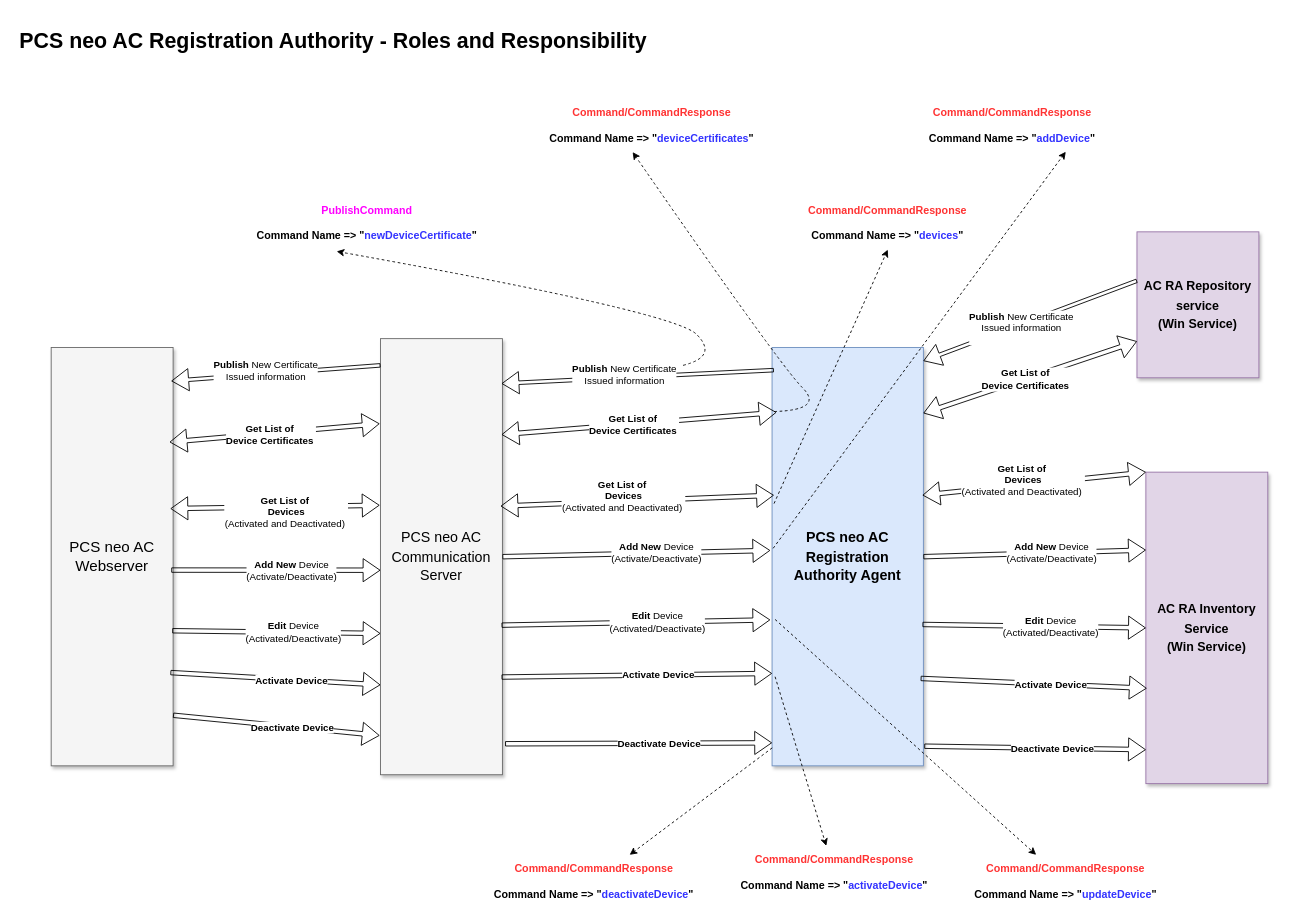
The draw.io diagram PCS neo AC RA Agent.drawio in kcprad/PersonalProject, before the edit. Source tidied: cells renumbered, new cells numbered last; positions are measured from the earlier drawing's top-left corner, leaving out a move shared by most shapes. Both pictures are drawn from the tidied source at 89%, with x=0, y=0 at pixel (15, 18).
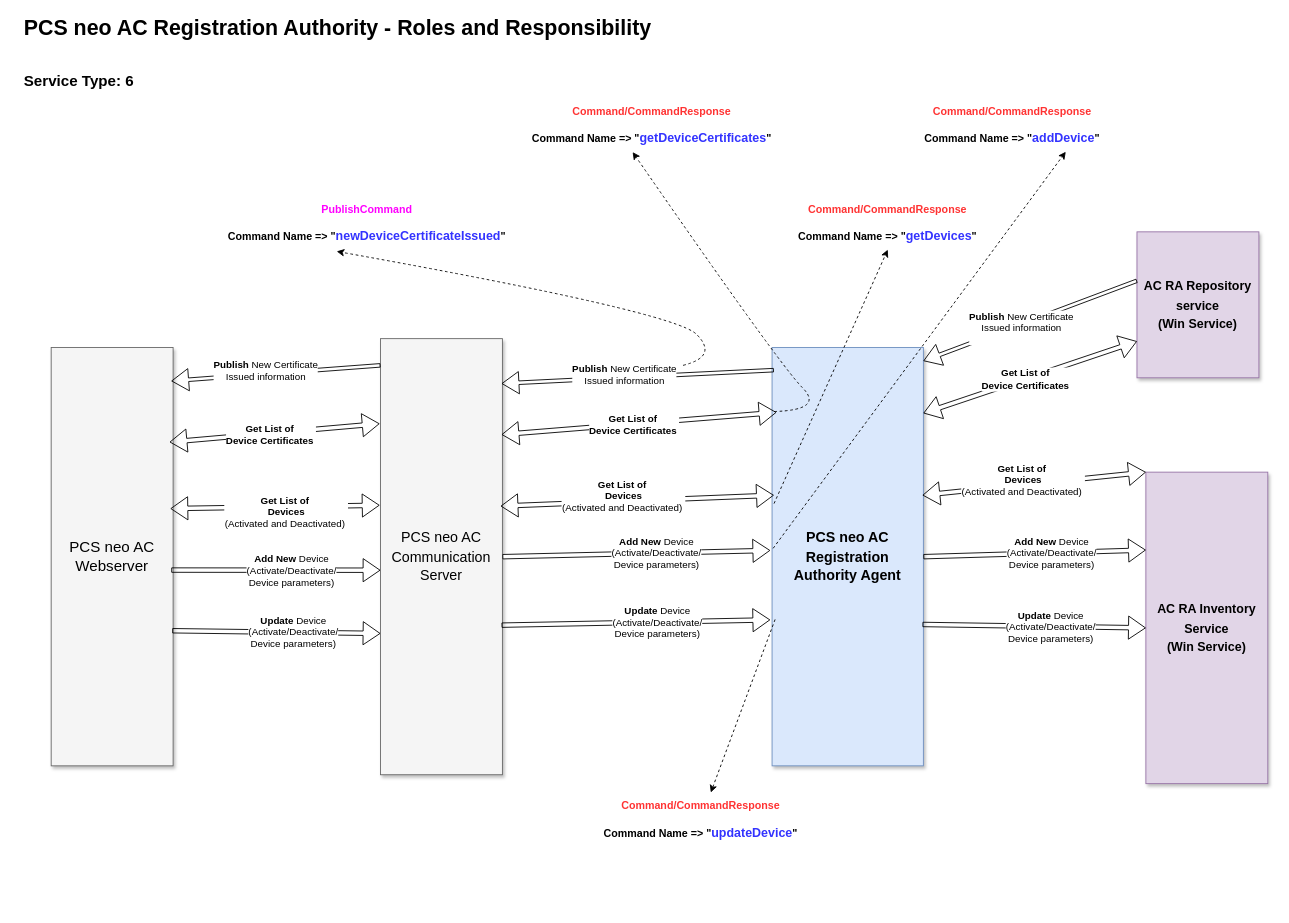
After the change.

Unchanged cells that the change refers to:
```xml
<mxCell id="2" value="&lt;font style=&quot;font-size: 16px;&quot;&gt;&lt;b&gt;PCS neo AC Registration Authority Agent&lt;/b&gt;&lt;/font&gt;" style="whiteSpace=wrap;html=1;shadow=1;fontSize=18;fillColor=#dae8fc;strokeColor=#6c8ebf;" parent="1" vertex="1">
  <mxGeometry x="850" y="370" width="170" height="470" as="geometry" />
</mxCell>
<mxCell id="3" value="&lt;font style=&quot;font-size: 16px;&quot;&gt;PCS neo AC Communication Server&lt;/font&gt;" style="whiteSpace=wrap;html=1;shadow=1;fontSize=18;fillColor=#f5f5f5;strokeColor=#666666;" parent="1" vertex="1">
  <mxGeometry x="410" y="360" width="137" height="490" as="geometry" />
</mxCell>
<mxCell id="5" value="&lt;div&gt;&lt;font style=&quot;font-size: 14px;&quot;&gt;&lt;b&gt;AC RA Inventory Service&lt;/b&gt;&lt;/font&gt;&lt;/div&gt;&lt;div&gt;&lt;font style=&quot;font-size: 14px;&quot;&gt;&lt;b&gt;(Win Service)&lt;/b&gt;&lt;/font&gt;&lt;/div&gt;" style="whiteSpace=wrap;html=1;shadow=1;fontSize=18;fillColor=#e1d5e7;strokeColor=#9673a6;" parent="1" vertex="1">
  <mxGeometry x="1270" y="510" width="137" height="350" as="geometry" />
</mxCell>
<mxCell id="6" value="&lt;font style=&quot;font-size: 17px;&quot;&gt;PCS neo AC Webserver&lt;/font&gt;" style="whiteSpace=wrap;html=1;shadow=1;fontSize=18;fillColor=#f5f5f5;strokeColor=#666666;" parent="1" vertex="1">
  <mxGeometry x="40" y="370" width="137" height="470" as="geometry" />
</mxCell>
<mxCell id="28" style="shape=flexArrow;endArrow=classic;html=1;rounded=0;entryX=0;entryY=0.531;entryDx=0;entryDy=0;entryPerimeter=0;exitX=0.985;exitY=0.532;exitDx=0;exitDy=0;strokeWidth=1;exitPerimeter=0;width=5;" parent="1" edge="1" source="6" target="3">
  <mxGeometry relative="1" as="geometry" />
</mxCell>
<mxCell id="30" style="shape=flexArrow;endArrow=classic;html=1;rounded=0;entryX=-0.012;entryY=0.485;entryDx=0;entryDy=0;entryPerimeter=0;strokeWidth=1;exitX=1;exitY=0.5;exitDx=0;exitDy=0;width=5;fillColor=default;" parent="1" edge="1" source="3" target="2">
  <mxGeometry relative="1" as="geometry" />
</mxCell>
<mxCell id="32" style="shape=flexArrow;endArrow=classic;html=1;rounded=0;strokeWidth=1;exitX=1;exitY=0.5;exitDx=0;exitDy=0;entryX=0;entryY=0.25;entryDx=0;entryDy=0;width=5;" parent="1" edge="1" source="2" target="5">
  <mxGeometry relative="1" as="geometry" />
</mxCell>
<mxCell id="34" style="shape=flexArrow;endArrow=classic;html=1;rounded=0;entryX=0;entryY=0.676;entryDx=0;entryDy=0;strokeWidth=1;exitX=0.993;exitY=0.677;exitDx=0;exitDy=0;exitPerimeter=0;entryPerimeter=0;width=5;" parent="1" edge="1" source="6" target="3">
  <mxGeometry relative="1" as="geometry" />
</mxCell>
<mxCell id="36" style="shape=flexArrow;endArrow=classic;html=1;rounded=0;entryX=-0.012;entryY=0.651;entryDx=0;entryDy=0;strokeWidth=1;entryPerimeter=0;exitX=0.993;exitY=0.657;exitDx=0;exitDy=0;exitPerimeter=0;width=5;" parent="1" edge="1" source="3" target="2">
  <mxGeometry relative="1" as="geometry" />
</mxCell>
<mxCell id="38" style="shape=flexArrow;endArrow=classic;html=1;rounded=0;exitX=0.994;exitY=0.662;exitDx=0;exitDy=0;strokeWidth=1;exitPerimeter=0;entryX=0;entryY=0.5;entryDx=0;entryDy=0;width=5;" parent="1" edge="1" source="2" target="5">
  <mxGeometry relative="1" as="geometry" />
</mxCell>
```

The edit, as a diff of the source:
```diff
@@
-    <mxCell id="29" value="&lt;b&gt;&lt;font style=&quot;&quot;&gt;Add New&lt;/font&gt;&lt;/b&gt; Device&lt;div&gt;(Activate/Deactivate)&lt;/div&gt;" style="edgeLabel;html=1;align=center;verticalAlign=middle;fontColor=#000000;" parent="28" vertex="1">
+    <mxCell id="29" value="&lt;b&gt;Add New&lt;/b&gt;&amp;nbsp;Device&lt;div&gt;(Activate/Deactivate/&lt;/div&gt;&lt;div&gt;&lt;span style=&quot;color: light-dark(rgb(0, 0, 0), rgb(237, 237, 237));&quot;&gt;Device parameters&lt;/span&gt;)&lt;/div&gt;" style="edgeLabel;html=1;align=center;verticalAlign=middle;fontColor=#000000;" parent="28" vertex="1">
       <mxGeometry x="0.15" relative="1" as="geometry" />
     </mxCell>
@@
-    <mxCell id="31" value="&lt;b&gt;&lt;font style=&quot;&quot;&gt;Add New&lt;/font&gt;&lt;/b&gt;&amp;nbsp;Device&lt;div&gt;(Activate/Deactivate)&lt;/div&gt;" style="edgeLabel;html=1;align=center;verticalAlign=middle;fontColor=#000000;" parent="30" vertex="1">
+    <mxCell id="31" value="&lt;b&gt;Add New&lt;/b&gt;&amp;nbsp;Device&lt;div&gt;(Activate/Deactivate/&lt;/div&gt;&lt;div&gt;&lt;span style=&quot;color: light-dark(rgb(0, 0, 0), rgb(237, 237, 237));&quot;&gt;Device parameters&lt;/span&gt;)&lt;/div&gt;" style="edgeLabel;html=1;align=center;verticalAlign=middle;fontColor=#000000;" parent="30" vertex="1">
       <mxGeometry x="0.15" relative="1" as="geometry" />
     </mxCell>
@@
-    <mxCell id="33" value="&lt;b&gt;&lt;font style=&quot;&quot;&gt;Add New&lt;/font&gt;&lt;/b&gt;&amp;nbsp;Device&lt;div&gt;(Activate/Deactivate)&lt;/div&gt;" style="edgeLabel;html=1;align=center;verticalAlign=middle;fontColor=#000000;" parent="32" vertex="1">
+    <mxCell id="33" value="&lt;b&gt;&lt;font style=&quot;&quot;&gt;Add New&lt;/font&gt;&lt;/b&gt;&amp;nbsp;Device&lt;div&gt;(Activate/Deactivate/&lt;/div&gt;&lt;div&gt;&lt;span style=&quot;background-color: light-dark(#ffffff, var(--ge-dark-color, #121212)); color: light-dark(rgb(0, 0, 0), rgb(237, 237, 237));&quot;&gt;Device parameters&lt;/span&gt;)&lt;/div&gt;" style="edgeLabel;html=1;align=center;verticalAlign=middle;fontColor=#000000;" parent="32" vertex="1">
       <mxGeometry x="0.15" relative="1" as="geometry" />
     </mxCell>
@@
-    <mxCell id="35" value="&lt;b&gt;&lt;font style=&quot;&quot;&gt;Edit &lt;/font&gt;&lt;/b&gt;Device&lt;div&gt;(Activated/Deactivate)&lt;/div&gt;" style="edgeLabel;html=1;align=center;verticalAlign=middle;fontColor=#000000;" parent="34" vertex="1">
+    <mxCell id="35" value="&lt;b&gt;Update&amp;nbsp;&lt;/b&gt;Device&lt;div&gt;&lt;div&gt;(Activate/Deactivate/&lt;/div&gt;&lt;div&gt;Device parameters)&lt;/div&gt;&lt;/div&gt;" style="edgeLabel;html=1;align=center;verticalAlign=middle;fontColor=#000000;" parent="34" vertex="1">
       <mxGeometry x="0.15" relative="1" as="geometry" />
     </mxCell>
@@
-    <mxCell id="37" value="&lt;b&gt;&lt;font style=&quot;&quot;&gt;Edit &lt;/font&gt;&lt;/b&gt;Device&lt;div&gt;(Activated/Deactivate)&lt;/div&gt;" style="edgeLabel;html=1;align=center;verticalAlign=middle;fontColor=#000000;" parent="36" vertex="1">
+    <mxCell id="37" value="&lt;b&gt;Update&amp;nbsp;&lt;/b&gt;Device&lt;div&gt;&lt;div&gt;(Activate/Deactivate/&lt;/div&gt;&lt;div&gt;Device parameters)&lt;/div&gt;&lt;/div&gt;" style="edgeLabel;html=1;align=center;verticalAlign=middle;fontColor=#000000;" parent="36" vertex="1">
       <mxGeometry x="0.15" relative="1" as="geometry" />
     </mxCell>
@@
-    <mxCell id="39" value="&lt;b&gt;&lt;font style=&quot;&quot;&gt;Edit &lt;/font&gt;&lt;/b&gt;Device&lt;div&gt;(Activated/Deactivate)&lt;/div&gt;" style="edgeLabel;html=1;align=center;verticalAlign=middle;fontColor=#000000;" parent="38" vertex="1">
+    <mxCell id="39" value="&lt;b&gt;Update&amp;nbsp;&lt;/b&gt;Device&lt;div&gt;&lt;div&gt;(Activate/Deactivate/&lt;/div&gt;&lt;div&gt;Device parameters)&lt;/div&gt;&lt;/div&gt;" style="edgeLabel;html=1;align=center;verticalAlign=middle;fontColor=#000000;" parent="38" vertex="1">
       <mxGeometry x="0.15" relative="1" as="geometry" />
     </mxCell>
-    <mxCell id="40" style="shape=flexArrow;endArrow=classic;html=1;rounded=0;entryX=0;entryY=0.794;entryDx=0;entryDy=0;strokeWidth=1;exitX=0.978;exitY=0.777;exitDx=0;exitDy=0;exitPerimeter=0;entryPerimeter=0;width=5;" parent="1" edge="1" source="6" target="3">
-      <mxGeometry relative="1" as="geometry" />
-    </mxCell>
-    <mxCell id="41" value="&lt;font&gt;&lt;b style=&quot;&quot;&gt;&lt;font style=&quot;&quot;&gt;Activate &lt;/font&gt;&lt;font style=&quot;&quot;&gt;Device&lt;/font&gt;&lt;/b&gt;&lt;/font&gt;" style="edgeLabel;html=1;align=center;verticalAlign=middle;fontColor=#000000;" parent="40" vertex="1">
-      <mxGeometry x="0.15" relative="1" as="geometry" />
-    </mxCell>
-    <mxCell id="42" style="shape=flexArrow;endArrow=classic;html=1;rounded=0;entryX=-0.007;entryY=0.91;entryDx=0;entryDy=0;strokeWidth=1;exitX=1;exitY=0.879;exitDx=0;exitDy=0;exitPerimeter=0;entryPerimeter=0;width=5;" parent="1" edge="1" source="6" target="3">
-      <mxGeometry relative="1" as="geometry" />
-    </mxCell>
-    <mxCell id="43" value="&lt;font&gt;&lt;b style=&quot;&quot;&gt;&lt;font style=&quot;&quot;&gt;Deactivate &lt;/font&gt;&lt;font style=&quot;&quot;&gt;Device&lt;/font&gt;&lt;/b&gt;&lt;/font&gt;" style="edgeLabel;html=1;align=center;verticalAlign=middle;fontColor=#000000;" parent="42" vertex="1">
-      <mxGeometry x="0.15" relative="1" as="geometry" />
-    </mxCell>
-    <mxCell id="44" style="shape=flexArrow;endArrow=classic;html=1;rounded=0;entryX=0;entryY=0.779;entryDx=0;entryDy=0;strokeWidth=1;exitX=0.993;exitY=0.776;exitDx=0;exitDy=0;exitPerimeter=0;entryPerimeter=0;width=5;" parent="1" edge="1" source="3" target="2">
-      <mxGeometry relative="1" as="geometry" />
-    </mxCell>
-    <mxCell id="45" value="&lt;font&gt;&lt;b style=&quot;&quot;&gt;&lt;font style=&quot;&quot;&gt;Activate &lt;/font&gt;&lt;font style=&quot;&quot;&gt;Device&lt;/font&gt;&lt;/b&gt;&lt;/font&gt;" style="edgeLabel;html=1;align=center;verticalAlign=middle;fontColor=#000000;" parent="44" vertex="1">
-      <mxGeometry x="0.15" relative="1" as="geometry" />
-    </mxCell>
-    <mxCell id="46" style="shape=flexArrow;endArrow=classic;html=1;rounded=0;entryX=0.007;entryY=0.694;entryDx=0;entryDy=0;strokeWidth=1;exitX=0.982;exitY=0.791;exitDx=0;exitDy=0;exitPerimeter=0;entryPerimeter=0;width=5;" parent="1" edge="1" source="2" target="5">
-      <mxGeometry relative="1" as="geometry" />
-    </mxCell>
-    <mxCell id="47" value="&lt;font&gt;&lt;b style=&quot;&quot;&gt;&lt;font style=&quot;&quot;&gt;Activate &lt;/font&gt;&lt;font style=&quot;&quot;&gt;Device&lt;/font&gt;&lt;/b&gt;&lt;/font&gt;" style="edgeLabel;html=1;align=center;verticalAlign=middle;fontColor=#000000;" parent="46" vertex="1">
-      <mxGeometry x="0.15" relative="1" as="geometry" />
-    </mxCell>
-    <mxCell id="48" style="shape=flexArrow;endArrow=classic;html=1;rounded=0;entryX=0;entryY=0.945;entryDx=0;entryDy=0;strokeWidth=1;exitX=1.022;exitY=0.929;exitDx=0;exitDy=0;exitPerimeter=0;entryPerimeter=0;width=5;" parent="1" edge="1" source="3" target="2">
-      <mxGeometry relative="1" as="geometry" />
-    </mxCell>
-    <mxCell id="49" value="&lt;font&gt;&lt;b style=&quot;&quot;&gt;&lt;font style=&quot;&quot;&gt;Deactivate &lt;/font&gt;&lt;font style=&quot;&quot;&gt;Device&lt;/font&gt;&lt;/b&gt;&lt;/font&gt;" style="edgeLabel;html=1;align=center;verticalAlign=middle;fontColor=#000000;" parent="48" vertex="1">
-      <mxGeometry x="0.15" relative="1" as="geometry" />
-    </mxCell>
-    <mxCell id="50" style="shape=flexArrow;endArrow=classic;html=1;rounded=0;entryX=0;entryY=0.891;entryDx=0;entryDy=0;strokeWidth=1;entryPerimeter=0;exitX=1.006;exitY=0.953;exitDx=0;exitDy=0;exitPerimeter=0;width=5;" parent="1" edge="1" source="2" target="5">
-      <mxGeometry relative="1" as="geometry" />
-    </mxCell>
-    <mxCell id="51" value="&lt;font&gt;&lt;b style=&quot;&quot;&gt;&lt;font style=&quot;&quot;&gt;Deactivate &lt;/font&gt;&lt;font style=&quot;&quot;&gt;Device&lt;/font&gt;&lt;/b&gt;&lt;/font&gt;" style="edgeLabel;html=1;align=center;verticalAlign=middle;fontColor=#000000;" parent="50" vertex="1">
-      <mxGeometry x="0.15" relative="1" as="geometry" />
-    </mxCell>
-    <mxCell id="52" value="&lt;b&gt;&lt;font style=&quot;color: rgb(255, 0, 255);&quot;&gt;PublishCommand&lt;/font&gt;&lt;/b&gt;&lt;div&gt;&lt;div&gt;&lt;b&gt;&lt;br&gt;&lt;/b&gt;&lt;/div&gt;&lt;div&gt;&lt;b&gt;Command Name =&amp;gt; &quot;&lt;font style=&quot;color: rgb(51, 51, 255);&quot;&gt;newDeviceCertificate&lt;/font&gt;&quot;&lt;/b&gt;&lt;/div&gt;&lt;/div&gt;" style="text;html=1;align=center;verticalAlign=middle;whiteSpace=wrap;rounded=0;" parent="1" vertex="1">
+    <mxCell id="52" value="&lt;b&gt;&lt;font style=&quot;color: rgb(255, 0, 255);&quot;&gt;PublishCommand&lt;/font&gt;&lt;/b&gt;&lt;div&gt;&lt;div&gt;&lt;b&gt;&lt;br&gt;&lt;/b&gt;&lt;/div&gt;&lt;div&gt;&lt;b&gt;Command Name =&amp;gt; &quot;&lt;font style=&quot;color: rgb(51, 51, 255); font-size: 14px;&quot;&gt;newDeviceCertificateIssued&lt;/font&gt;&quot;&lt;/b&gt;&lt;/div&gt;&lt;/div&gt;" style="text;html=1;align=center;verticalAlign=middle;whiteSpace=wrap;rounded=0;" parent="1" vertex="1">
       <mxGeometry x="110" y="200" width="570" height="60" as="geometry" />
     </mxCell>
@@
-    <mxCell id="55" value="&lt;b&gt;&lt;font style=&quot;color: rgb(255, 51, 51);&quot;&gt;Command/CommandResponse&lt;/font&gt;&lt;/b&gt;&lt;div&gt;&lt;div&gt;&lt;b&gt;&lt;br&gt;&lt;/b&gt;&lt;/div&gt;&lt;div&gt;&lt;b&gt;Command Name =&amp;gt; &quot;&lt;font style=&quot;color: rgb(51, 51, 255);&quot;&gt;deviceCertificates&lt;/font&gt;&quot;&lt;/b&gt;&lt;/div&gt;&lt;/div&gt;" style="text;html=1;align=center;verticalAlign=middle;whiteSpace=wrap;rounded=0;" parent="1" vertex="1">
+    <mxCell id="55" value="&lt;b&gt;&lt;font style=&quot;color: rgb(255, 51, 51);&quot;&gt;Command/CommandResponse&lt;/font&gt;&lt;/b&gt;&lt;div&gt;&lt;div&gt;&lt;b&gt;&lt;br&gt;&lt;/b&gt;&lt;/div&gt;&lt;div&gt;&lt;b&gt;Command Name =&amp;gt; &quot;&lt;font style=&quot;color: rgb(51, 51, 255); font-size: 14px;&quot;&gt;getD&lt;font style=&quot;color: rgb(51, 51, 255);&quot;&gt;eviceCertificates&lt;/font&gt;&lt;/font&gt;&quot;&lt;/b&gt;&lt;/div&gt;&lt;/div&gt;" style="text;html=1;align=center;verticalAlign=middle;whiteSpace=wrap;rounded=0;" parent="1" vertex="1">
       <mxGeometry x="430" y="90" width="570" height="60" as="geometry" />
     </mxCell>
-    <mxCell id="56" value="&lt;b&gt;&lt;font style=&quot;color: rgb(255, 51, 51);&quot;&gt;Command/CommandResponse&lt;/font&gt;&lt;/b&gt;&lt;br&gt;&lt;div&gt;&lt;div&gt;&lt;b&gt;&lt;br&gt;&lt;/b&gt;&lt;/div&gt;&lt;div&gt;&lt;b&gt;Command Name =&amp;gt; &quot;&lt;font style=&quot;color: rgb(51, 51, 255);&quot;&gt;devices&lt;/font&gt;&quot;&lt;/b&gt;&lt;/div&gt;&lt;/div&gt;" style="text;html=1;align=center;verticalAlign=middle;whiteSpace=wrap;rounded=0;" parent="1" vertex="1">
+    <mxCell id="56" value="&lt;b&gt;&lt;font style=&quot;color: rgb(255, 51, 51);&quot;&gt;Command/CommandResponse&lt;/font&gt;&lt;/b&gt;&lt;br&gt;&lt;div&gt;&lt;div&gt;&lt;b&gt;&lt;br&gt;&lt;/b&gt;&lt;/div&gt;&lt;div&gt;&lt;b&gt;Command Name =&amp;gt; &quot;&lt;font style=&quot;color: rgb(51, 51, 255); font-size: 14px;&quot;&gt;getD&lt;font style=&quot;color: rgb(51, 51, 255);&quot;&gt;evices&lt;/font&gt;&lt;/font&gt;&quot;&lt;/b&gt;&lt;/div&gt;&lt;/div&gt;" style="text;html=1;align=center;verticalAlign=middle;whiteSpace=wrap;rounded=0;" parent="1" vertex="1">
       <mxGeometry x="860" y="200" width="240" height="60" as="geometry" />
     </mxCell>
-    <mxCell id="57" value="&lt;b&gt;&lt;font style=&quot;color: rgb(255, 51, 51);&quot;&gt;Command/CommandResponse&lt;/font&gt;&lt;/b&gt;&lt;br&gt;&lt;div&gt;&lt;div&gt;&lt;b&gt;&lt;br&gt;&lt;/b&gt;&lt;/div&gt;&lt;div&gt;&lt;b&gt;Command Name =&amp;gt; &quot;&lt;font style=&quot;color: rgb(51, 51, 255);&quot;&gt;addDevice&lt;/font&gt;&quot;&lt;/b&gt;&lt;/div&gt;&lt;/div&gt;" style="text;html=1;align=center;verticalAlign=middle;whiteSpace=wrap;rounded=0;" parent="1" vertex="1">
+    <mxCell id="57" value="&lt;b&gt;&lt;font style=&quot;color: rgb(255, 51, 51);&quot;&gt;Command/CommandResponse&lt;/font&gt;&lt;/b&gt;&lt;br&gt;&lt;div&gt;&lt;div&gt;&lt;b&gt;&lt;br&gt;&lt;/b&gt;&lt;/div&gt;&lt;div&gt;&lt;b&gt;Command Name =&amp;gt; &quot;&lt;font style=&quot;color: rgb(51, 51, 255); font-size: 14px;&quot;&gt;addDevice&lt;/font&gt;&quot;&lt;/b&gt;&lt;/div&gt;&lt;/div&gt;" style="text;html=1;align=center;verticalAlign=middle;whiteSpace=wrap;rounded=0;" parent="1" vertex="1">
       <mxGeometry x="1000" y="90" width="240" height="60" as="geometry" />
     </mxCell>
@@
-    <mxCell id="60" value="&lt;b&gt;&lt;font style=&quot;color: rgb(255, 51, 51);&quot;&gt;Command/CommandResponse&lt;/font&gt;&lt;/b&gt;&lt;br&gt;&lt;div&gt;&lt;div&gt;&lt;b&gt;&lt;br&gt;&lt;/b&gt;&lt;/div&gt;&lt;div&gt;&lt;b&gt;Command Name =&amp;gt; &quot;&lt;font style=&quot;color: rgb(51, 51, 255);&quot;&gt;updateDevice&lt;/font&gt;&quot;&lt;/b&gt;&lt;/div&gt;&lt;/div&gt;" style="text;html=1;align=center;verticalAlign=middle;whiteSpace=wrap;rounded=0;" parent="1" vertex="1">
-      <mxGeometry x="1060" y="940" width="240" height="60" as="geometry" />
+    <mxCell id="60" value="&lt;b&gt;&lt;font style=&quot;color: rgb(255, 51, 51);&quot;&gt;Command/CommandResponse&lt;/font&gt;&lt;/b&gt;&lt;br&gt;&lt;div&gt;&lt;div&gt;&lt;b&gt;&lt;br&gt;&lt;/b&gt;&lt;/div&gt;&lt;div&gt;&lt;b&gt;Command Name =&amp;gt; &quot;&lt;font style=&quot;color: rgb(51, 51, 255); font-size: 14px;&quot;&gt;updateDevice&lt;/font&gt;&quot;&lt;/b&gt;&lt;/div&gt;&lt;/div&gt;" style="text;html=1;align=center;verticalAlign=middle;whiteSpace=wrap;rounded=0;" parent="1" vertex="1">
+      <mxGeometry x="650" y="870" width="240" height="60" as="geometry" />
     </mxCell>
-    <mxCell id="61" style="endArrow=classic;html=1;rounded=0;exitX=0.02;exitY=0.787;exitDx=0;exitDy=0;exitPerimeter=0;dashed=1;" parent="1" edge="1" source="2" target="62">
-      <mxGeometry relative="1" as="geometry" />
-    </mxCell>
-    <mxCell id="62" value="&lt;b&gt;&lt;font style=&quot;color: rgb(255, 51, 51);&quot;&gt;Command/CommandResponse&lt;/font&gt;&lt;/b&gt;&lt;br&gt;&lt;div&gt;&lt;div&gt;&lt;b&gt;&lt;br&gt;&lt;/b&gt;&lt;/div&gt;&lt;div&gt;&lt;b&gt;Command Name =&amp;gt; &quot;&lt;font style=&quot;color: rgb(51, 51, 255);&quot;&gt;activateDevice&lt;/font&gt;&quot;&lt;/b&gt;&lt;/div&gt;&lt;/div&gt;" style="text;html=1;align=center;verticalAlign=middle;whiteSpace=wrap;rounded=0;" parent="1" vertex="1">
-      <mxGeometry x="800" y="930" width="240" height="60" as="geometry" />
-    </mxCell>
-    <mxCell id="63" style="endArrow=classic;html=1;rounded=0;exitX=0.001;exitY=0.957;exitDx=0;exitDy=0;exitPerimeter=0;dashed=1;" parent="1" edge="1" source="2" target="64">
-      <mxGeometry relative="1" as="geometry" />
-    </mxCell>
-    <mxCell id="64" value="&lt;b&gt;&lt;font style=&quot;color: rgb(255, 51, 51);&quot;&gt;Command/CommandResponse&lt;/font&gt;&lt;/b&gt;&lt;br&gt;&lt;div&gt;&lt;div&gt;&lt;b&gt;&lt;br&gt;&lt;/b&gt;&lt;/div&gt;&lt;div&gt;&lt;b&gt;Command Name =&amp;gt; &quot;&lt;font style=&quot;color: rgb(51, 51, 255);&quot;&gt;deactivateDevice&lt;/font&gt;&quot;&lt;/b&gt;&lt;/div&gt;&lt;/div&gt;" style="text;html=1;align=center;verticalAlign=middle;whiteSpace=wrap;rounded=0;" parent="1" vertex="1">
-      <mxGeometry x="530" y="940" width="240" height="60" as="geometry" />
-    </mxCell>
@@
-    <mxCell id="66" value="PCS neo AC Registration Authority - Roles and Responsibility&amp;nbsp;" style="text;strokeColor=none;fillColor=none;html=1;fontSize=24;fontStyle=1;verticalAlign=middle;align=center;" parent="1" vertex="1">
-      <mxGeometry width="720" height="51" as="geometry" />
+    <mxCell id="66" value="PCS neo AC Registration Authority - Roles and Responsibility&amp;nbsp;&lt;div&gt;&lt;br&gt;&lt;/div&gt;&lt;div style=&quot;text-align: left;&quot;&gt;&lt;font style=&quot;font-size: 17px;&quot;&gt;Service Type: 6&lt;/font&gt;&lt;/div&gt;" style="text;strokeColor=none;fillColor=none;html=1;fontSize=24;fontStyle=1;verticalAlign=middle;align=center;" parent="1" vertex="1">
+      <mxGeometry width="730" height="80" as="geometry" />
     </mxCell>
```
